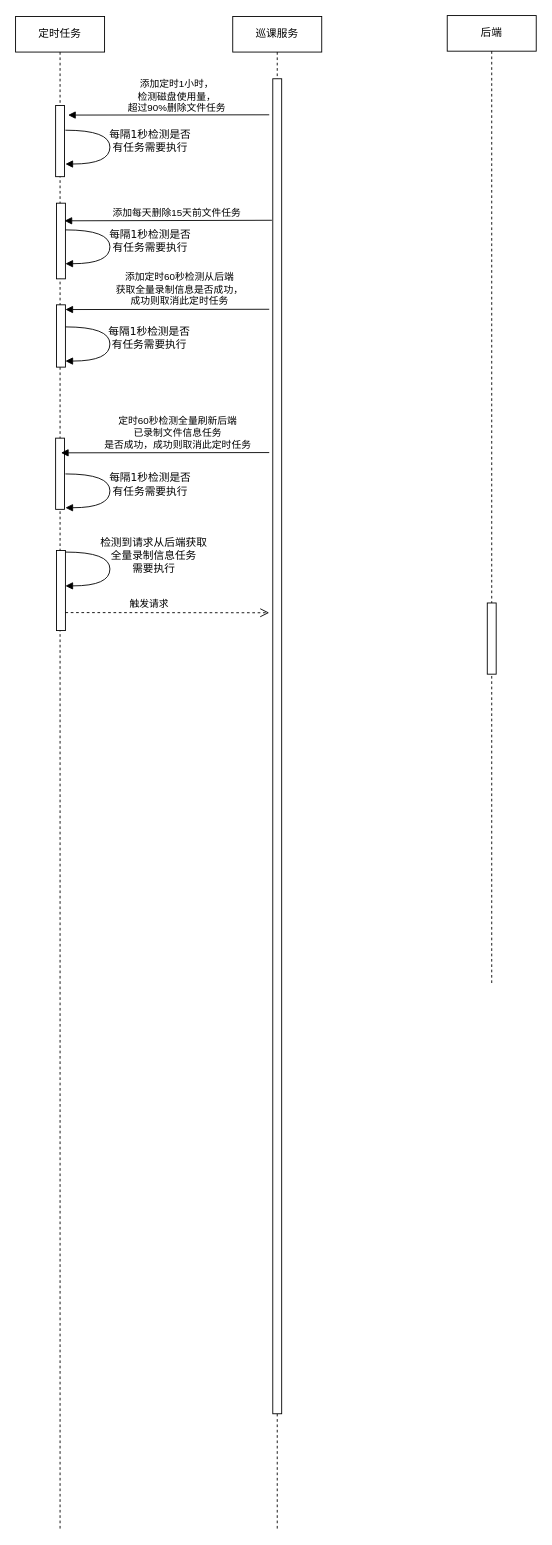
This is 巡课录制定时任务.drawio from huangPeiLc/drawio, a draw.io file, before an edit. Source tidied: cells renumbered, new cells numbered last; positions are measured from the earlier drawing's top-left corner, leaving out a move shared by most shapes. Both pictures are drawn from the tidied source at 89%, with x=0, y=0 at pixel (15, 15).
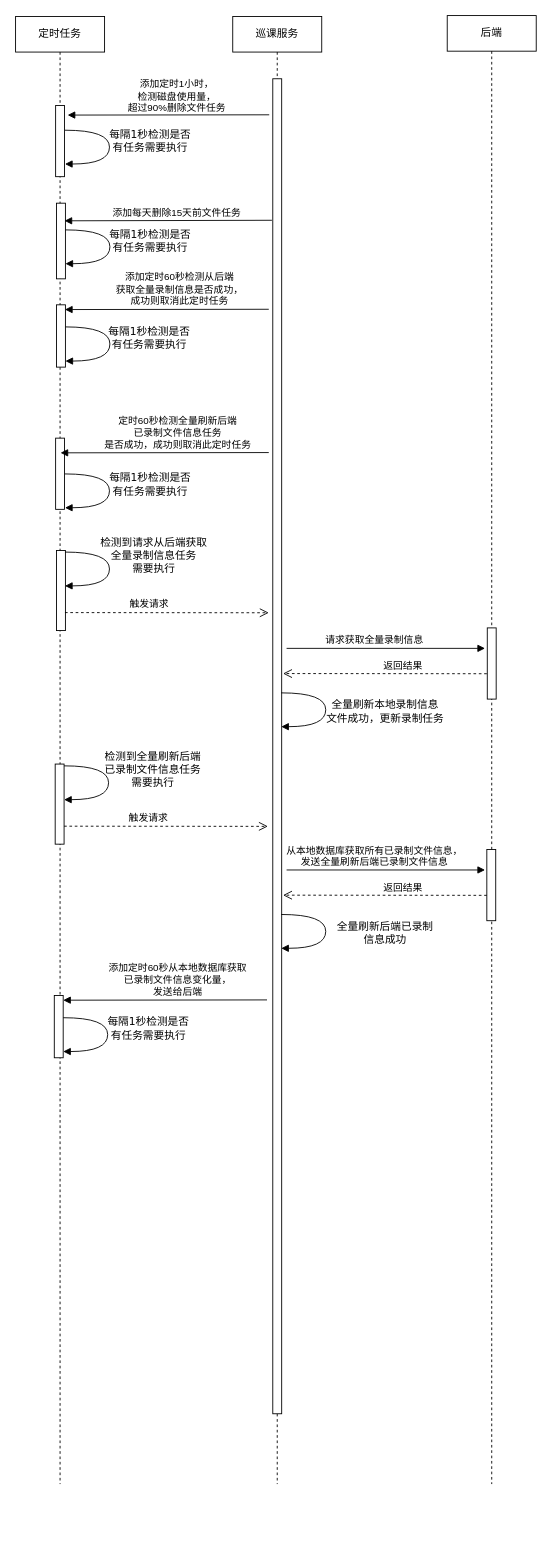
The same page after the edit.

Commit message (it also covers changes not shown here):
Update 巡课录制定时任务.drawio

Unchanged cells that the change refers to:
```xml
<mxCell id="3" style="html=1;points=[];perimeter=orthogonalPerimeter;" parent="2" vertex="1">
  <mxGeometry x="45" y="70" width="10" height="1500" as="geometry" />
</mxCell>
```

The edit, as a diff of the source:
```diff
@@
     <mxCell id="2" value="巡课服务" style="shape=umlLifeline;perimeter=lifelinePerimeter;whiteSpace=wrap;html=1;" parent="1" vertex="1">
-      <mxGeometry x="244" y="1" width="100" height="1700" as="geometry" />
+      <mxGeometry x="244" y="1" width="100" height="1649" as="geometry" />
     </mxCell>
@@
     <mxCell id="4" value="定时任务" style="shape=umlLifeline;perimeter=lifelinePerimeter;whiteSpace=wrap;html=1;" parent="1" vertex="1">
-      <mxGeometry y="1" width="100" height="1700" as="geometry" />
+      <mxGeometry y="1" width="100" height="1649" as="geometry" />
     </mxCell>
@@
     <mxCell id="12" value="触发请求" style="html=1;verticalAlign=bottom;endArrow=open;dashed=1;endSize=8;" parent="1" edge="1">
       <mxGeometry x="-0.18" y="1" relative="1" as="geometry">
-        <mxPoint x="56" y="670.8" as="sourcePoint" />
-        <mxPoint x="285" y="671" as="targetPoint" />
+        <mxPoint x="55.5" y="670.8" as="sourcePoint" />
+        <mxPoint x="284.5" y="671" as="targetPoint" />
       </mxGeometry>
     </mxCell>
     <mxCell id="13" value="&lt;div&gt;添加定时60秒检测从后端&lt;/div&gt;&lt;div&gt;获取全量录制信息是否成功，&lt;/div&gt;&lt;div&gt;成功则取消此定时任务&lt;/div&gt;" style="html=1;verticalAlign=bottom;endArrow=block;" parent="1" edge="1">
       <mxGeometry x="-0.12" relative="1" as="geometry">
-        <mxPoint x="285" y="330" as="sourcePoint" />
-        <mxPoint x="56" y="330.3" as="targetPoint" />
+        <mxPoint x="284.5" y="330" as="sourcePoint" />
+        <mxPoint x="55.5" y="330.3" as="targetPoint" />
       </mxGeometry>
     </mxCell>
     <mxCell id="14" value="&lt;div&gt;每隔1秒检测是否&lt;/div&gt;&lt;div&gt;有任务需要执行&lt;/div&gt;" style="html=1;verticalAlign=bottom;endArrow=block;labelBackgroundColor=none;fontFamily=Verdana;fontSize=12;elbow=vertical;edgeStyle=orthogonalEdgeStyle;curved=1;entryX=1;entryY=0.286;entryPerimeter=0;" parent="1" edge="1">
       <mxGeometry x="0.28" y="-46" relative="1" as="geometry">
-        <mxPoint x="56" y="128.8" as="sourcePoint" />
-        <mxPoint x="56" y="166.8" as="targetPoint" />
+        <mxPoint x="55.5" y="128.8" as="sourcePoint" />
+        <mxPoint x="55.5" y="166.8" as="targetPoint" />
         <Array as="points">
-          <mxPoint x="106" y="128.8" />
-          <mxPoint x="106" y="166.8" />
+          <mxPoint x="105.5" y="128.8" />
+          <mxPoint x="105.5" y="166.8" />
         </Array>
         <mxPoint x="45" y="37" as="offset" />
       </mxGeometry>
     </mxCell>
     <mxCell id="15" value="&lt;div&gt;检测到请求从后端获取&lt;/div&gt;&lt;div&gt;全量录制信息任务&lt;/div&gt;&lt;div&gt;需要执行&lt;br&gt;&lt;/div&gt;" style="html=1;verticalAlign=bottom;endArrow=block;labelBackgroundColor=none;fontFamily=Verdana;fontSize=12;elbow=vertical;edgeStyle=orthogonalEdgeStyle;curved=1;entryX=1;entryY=0.286;entryPerimeter=0;" parent="1" edge="1">
       <mxGeometry x="0.28" y="-50" relative="1" as="geometry">
-        <mxPoint x="56" y="602.8" as="sourcePoint" />
-        <mxPoint x="56" y="640.8" as="targetPoint" />
+        <mxPoint x="55.5" y="602.8" as="sourcePoint" />
+        <mxPoint x="55.5" y="640.8" as="targetPoint" />
         <Array as="points">
-          <mxPoint x="106" y="602.8" />
-          <mxPoint x="106" y="640.8" />
+          <mxPoint x="105.5" y="602.8" />
+          <mxPoint x="105.5" y="640.8" />
         </Array>
         <mxPoint x="49" y="40" as="offset" />
       </mxGeometry>
     </mxCell>
     <mxCell id="16" value="&lt;div&gt;添加定时1小时，&lt;/div&gt;&lt;div&gt;检测磁盘使用量，&lt;/div&gt;&lt;div&gt;超过90%删除文件任务&lt;/div&gt;" style="html=1;verticalAlign=bottom;endArrow=block;exitX=-0.4;exitY=0.027;exitDx=0;exitDy=0;exitPerimeter=0;" parent="1" edge="1" source="3">
       <mxGeometry x="-0.08" y="1" relative="1" as="geometry">
-        <mxPoint x="59" y="111.8" as="targetPoint" />
+        <mxPoint x="58.5" y="111.8" as="targetPoint" />
       </mxGeometry>
     </mxCell>
     <mxCell id="17" value="后端" style="shape=umlLifeline;perimeter=lifelinePerimeter;whiteSpace=wrap;html=1;" parent="1" vertex="1">
-      <mxGeometry x="485" width="100" height="1090" as="geometry" />
+      <mxGeometry x="485" width="100" height="1650" as="geometry" />
     </mxCell>
     <mxCell id="18" style="html=1;perimeter=orthogonalPerimeter;" parent="17" vertex="1">
-      <mxGeometry x="45" y="660" width="10" height="80" as="geometry" />
+      <mxGeometry x="45" y="688" width="10" height="80" as="geometry" />
     </mxCell>
@@
     <mxCell id="20" value="&lt;div&gt;定时60秒检测全量刷新后端&lt;/div&gt;&lt;div&gt;已录制文件信息任务&lt;/div&gt;&lt;div&gt;是否成功，成功则取消此定时任务&lt;br&gt;&lt;/div&gt;" style="html=1;verticalAlign=bottom;endArrow=block;" parent="1" edge="1">
       <mxGeometry x="-0.12" relative="1" as="geometry">
-        <mxPoint x="285" y="491" as="sourcePoint" />
-        <mxPoint x="51" y="491.3" as="targetPoint" />
+        <mxPoint x="284.5" y="491" as="sourcePoint" />
+        <mxPoint x="50.5" y="491.3" as="targetPoint" />
       </mxGeometry>
     </mxCell>
     <mxCell id="21" value="&lt;div&gt;每隔1秒检测是否&lt;/div&gt;&lt;div&gt;有任务需要执行&lt;/div&gt;" style="html=1;verticalAlign=bottom;endArrow=block;labelBackgroundColor=none;fontFamily=Verdana;fontSize=12;elbow=vertical;edgeStyle=orthogonalEdgeStyle;curved=1;entryX=1;entryY=0.286;entryPerimeter=0;" parent="1" edge="1">
       <mxGeometry x="0.28" y="-46" relative="1" as="geometry">
-        <mxPoint x="56" y="515" as="sourcePoint" />
-        <mxPoint x="56" y="553" as="targetPoint" />
+        <mxPoint x="55.5" y="515" as="sourcePoint" />
+        <mxPoint x="55.5" y="553" as="targetPoint" />
         <Array as="points">
-          <mxPoint x="106" y="515" />
-          <mxPoint x="106" y="553" />
+          <mxPoint x="105.5" y="515" />
+          <mxPoint x="105.5" y="553" />
         </Array>
         <mxPoint x="45" y="37" as="offset" />
       </mxGeometry>
     </mxCell>
+    <mxCell id="22" value="请求获取全量录制信息" style="html=1;verticalAlign=bottom;endArrow=block;" parent="1" edge="1">
+      <mxGeometry x="-0.12" relative="1" as="geometry">
+        <mxPoint x="304.5" y="711" as="sourcePoint" />
+        <mxPoint x="527.5" y="711" as="targetPoint" />
+      </mxGeometry>
+    </mxCell>
+    <mxCell id="23" value="返回结果" style="html=1;verticalAlign=bottom;endArrow=open;dashed=1;endSize=8;" parent="1" edge="1">
+      <mxGeometry x="-0.18" y="1" relative="1" as="geometry">
+        <mxPoint x="529.5" y="739.5" as="sourcePoint" />
+        <mxPoint x="300.5" y="739.3" as="targetPoint" />
+      </mxGeometry>
+    </mxCell>
+    <mxCell id="24" value="&lt;div&gt;全量刷新本地录制信息&lt;/div&gt;&lt;div&gt;文件成功，更新录制任务&lt;/div&gt;" style="html=1;verticalAlign=bottom;endArrow=block;labelBackgroundColor=none;fontFamily=Verdana;fontSize=12;elbow=vertical;edgeStyle=orthogonalEdgeStyle;curved=1;entryX=1;entryY=0.286;entryPerimeter=0;" parent="1" edge="1">
+      <mxGeometry x="0.28" y="-66" relative="1" as="geometry">
+        <mxPoint x="298.5" y="761" as="sourcePoint" />
+        <mxPoint x="298.5" y="799" as="targetPoint" />
+        <Array as="points">
+          <mxPoint x="348.5" y="760.8" />
+          <mxPoint x="348.5" y="798.8" />
+        </Array>
+        <mxPoint x="66" y="66" as="offset" />
+      </mxGeometry>
+    </mxCell>
+    <mxCell id="25" style="html=1;perimeter=orthogonalPerimeter;" parent="1" vertex="1">
+      <mxGeometry x="44.5" y="841" width="10" height="90" as="geometry" />
+    </mxCell>
+    <mxCell id="26" value="触发请求" style="html=1;verticalAlign=bottom;endArrow=open;dashed=1;endSize=8;" parent="1" edge="1">
+      <mxGeometry x="-0.18" y="1" relative="1" as="geometry">
+        <mxPoint x="54.5" y="910.8" as="sourcePoint" />
+        <mxPoint x="283.5" y="911" as="targetPoint" />
+      </mxGeometry>
+    </mxCell>
+    <mxCell id="27" value="&lt;div&gt;检测到全量刷新后端&lt;div&gt;已录制文件信息任务&lt;/div&gt;&lt;/div&gt;&lt;div&gt;需要执行&lt;br&gt;&lt;/div&gt;" style="html=1;verticalAlign=bottom;endArrow=block;labelBackgroundColor=none;fontFamily=Verdana;fontSize=12;elbow=vertical;edgeStyle=orthogonalEdgeStyle;curved=1;entryX=1;entryY=0.286;entryPerimeter=0;" parent="1" edge="1">
+      <mxGeometry x="0.28" y="-50" relative="1" as="geometry">
+        <mxPoint x="54.5" y="843" as="sourcePoint" />
+        <mxPoint x="54.5" y="881" as="targetPoint" />
+        <Array as="points">
+          <mxPoint x="104.5" y="842.8" />
+          <mxPoint x="104.5" y="880.8" />
+        </Array>
+        <mxPoint x="49" y="40" as="offset" />
+      </mxGeometry>
+    </mxCell>
+    <mxCell id="28" style="html=1;perimeter=orthogonalPerimeter;" parent="1" vertex="1">
+      <mxGeometry x="529.5" y="937" width="10" height="80" as="geometry" />
+    </mxCell>
+    <mxCell id="29" value="&lt;div&gt;从本地数据库获取所有已录制文件信息，&lt;/div&gt;&lt;div&gt;发送全量刷新后端已录制文件信息&lt;/div&gt;" style="html=1;verticalAlign=bottom;endArrow=block;" parent="1" edge="1">
+      <mxGeometry x="-0.12" relative="1" as="geometry">
+        <mxPoint x="304.5" y="960" as="sourcePoint" />
+        <mxPoint x="527.5" y="960" as="targetPoint" />
+      </mxGeometry>
+    </mxCell>
+    <mxCell id="30" value="返回结果" style="html=1;verticalAlign=bottom;endArrow=open;dashed=1;endSize=8;" parent="1" edge="1">
+      <mxGeometry x="-0.18" y="1" relative="1" as="geometry">
+        <mxPoint x="529.5" y="988.5" as="sourcePoint" />
+        <mxPoint x="300.5" y="988.3" as="targetPoint" />
+      </mxGeometry>
+    </mxCell>
+    <mxCell id="31" value="&lt;div&gt;全量刷新后端已录制&lt;/div&gt;&lt;div&gt;信息成功&lt;/div&gt;" style="html=1;verticalAlign=bottom;endArrow=block;labelBackgroundColor=none;fontFamily=Verdana;fontSize=12;elbow=vertical;edgeStyle=orthogonalEdgeStyle;curved=1;entryX=1;entryY=0.286;entryPerimeter=0;" parent="1" edge="1">
+      <mxGeometry x="0.28" y="-66" relative="1" as="geometry">
+        <mxPoint x="298.5" y="1010" as="sourcePoint" />
+        <mxPoint x="298.5" y="1048" as="targetPoint" />
+        <Array as="points">
+          <mxPoint x="348.5" y="1009.8" />
+          <mxPoint x="348.5" y="1047.8" />
+        </Array>
+        <mxPoint x="66" y="66" as="offset" />
+      </mxGeometry>
+    </mxCell>
+    <mxCell id="32" style="html=1;perimeter=orthogonalPerimeter;" parent="1" vertex="1">
+      <mxGeometry x="43.5" y="1101" width="10" height="70" as="geometry" />
+    </mxCell>
+    <mxCell id="33" value="&lt;div&gt;每隔1秒检测是否&lt;/div&gt;&lt;div&gt;有任务需要执行&lt;/div&gt;" style="html=1;verticalAlign=bottom;endArrow=block;labelBackgroundColor=none;fontFamily=Verdana;fontSize=12;elbow=vertical;edgeStyle=orthogonalEdgeStyle;curved=1;entryX=1;entryY=0.286;entryPerimeter=0;" parent="1" edge="1">
+      <mxGeometry x="0.28" y="-46" relative="1" as="geometry">
+        <mxPoint x="53.5" y="1126" as="sourcePoint" />
+        <mxPoint x="53.5" y="1164" as="targetPoint" />
+        <Array as="points">
+          <mxPoint x="103.5" y="1126" />
+          <mxPoint x="103.5" y="1164" />
+        </Array>
+        <mxPoint x="45" y="37" as="offset" />
+      </mxGeometry>
+    </mxCell>
+    <mxCell id="34" value="&lt;div&gt;添加定时60秒从本地数据库获取&lt;/div&gt;&lt;div&gt;已录制文件信息变化量，&lt;/div&gt;&lt;div&gt;发送给后端&lt;br&gt;&lt;/div&gt;" style="html=1;verticalAlign=bottom;endArrow=block;" parent="1" edge="1">
+      <mxGeometry x="-0.12" relative="1" as="geometry">
+        <mxPoint x="282.5" y="1106" as="sourcePoint" />
+        <mxPoint x="53.5" y="1106.3" as="targetPoint" />
+      </mxGeometry>
+    </mxCell>
```
